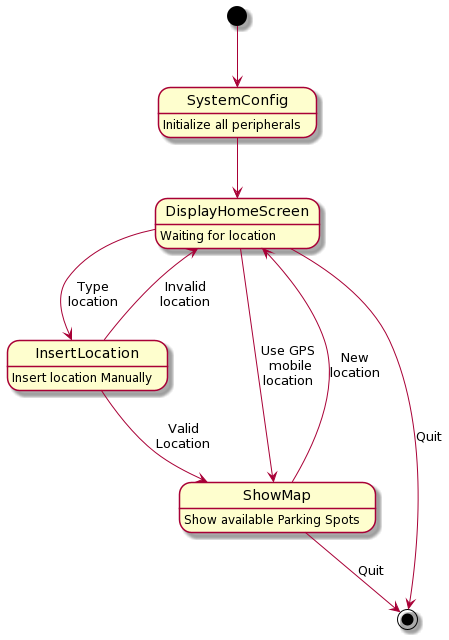
Before: project/report/images/06remote_system/WebSite_StateChart.png, a diagram exported from PlantUML (ESRGgroup9/slipad).
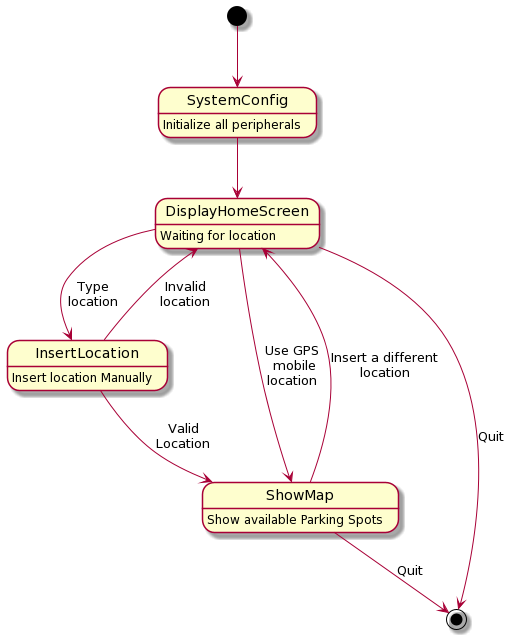
The same file after the commit.

Change to the diagram source:
```diff
@@ -3,13 +3,13 @@
 
 SystemConfig -down-> DisplayHomeScreen
 
-DisplayHomeScreen --> ShowMap : Use GPS\n mobile\nlocation
+DisplayHomeScreen ---> ShowMap : Use GPS\n mobile\nlocation
 DisplayHomeScreen --> InsertLocation : Type\nlocation
 
 InsertLocation --> DisplayHomeScreen : Invalid\nlocation
 InsertLocation --> ShowMap : Valid\nLocation
 
-ShowMap --> DisplayHomeScreen : New\nlocation
+ShowMap --> DisplayHomeScreen : Insert a different\nlocation
 
 ShowMap --> [*] : Quit
 DisplayHomeScreen --> [*] : Quit
```
